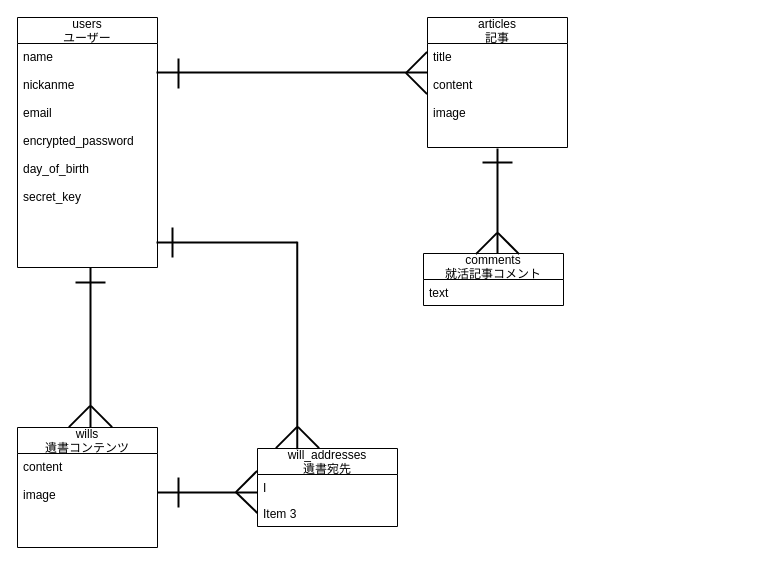
Above: will_app.dio in tatsuaki1234/will_app (draw.io), before the change. Source tidied: cells renumbered, new cells numbered last; positions are measured from the earlier drawing's top-left corner, leaving out a move shared by most shapes. Both pictures are drawn from the tidied source at 100%, with x=0, y=0 at pixel (9, 17).
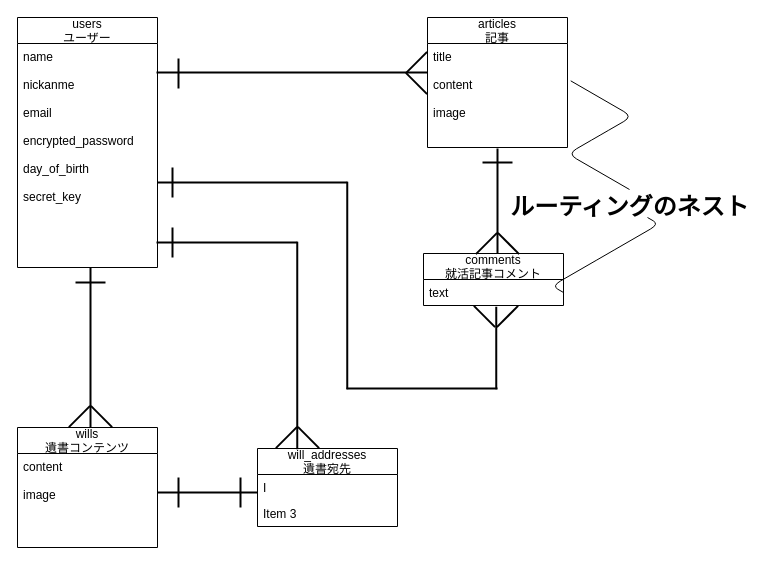
The same diagram, later.

Commit message:
ER図、READMEファイル記述(3)

The change refers to these unchanged cells:
```xml
<mxCell id="5" value="title&#10;&#10;content&#10;&#10;image&#10;" style="text;strokeColor=none;fillColor=none;align=left;verticalAlign=top;spacingLeft=4;spacingRight=4;overflow=hidden;points=[[0,0.5],[1,0.5]];portConstraint=eastwest;" parent="4" vertex="1">
  <mxGeometry y="26" width="140" height="104" as="geometry" />
</mxCell>
<mxCell id="12" value="text" style="text;strokeColor=none;fillColor=none;align=left;verticalAlign=top;spacingLeft=4;spacingRight=4;overflow=hidden;points=[[0,0.5],[1,0.5]];portConstraint=eastwest;" parent="11" vertex="1">
  <mxGeometry y="26" width="140" height="26" as="geometry" />
</mxCell>
```

What changed in the source:
```diff
@@
-    <mxCell id="24" style="line;strokeWidth=2;html=1;rotation=-45;" parent="1" vertex="1">
-      <mxGeometry x="222" y="459" width="30" height="10" as="geometry" />
-    </mxCell>
-    <mxCell id="25" style="line;strokeWidth=2;html=1;rotation=44;" parent="1" vertex="1">
-      <mxGeometry x="222" y="480" width="30" height="10" as="geometry" />
-    </mxCell>
@@
+    <mxCell id="34" style="line;strokeWidth=2;html=1;" parent="1" vertex="1">
+      <mxGeometry x="148" y="160" width="190" height="10" as="geometry" />
+    </mxCell>
+    <mxCell id="35" style="line;strokeWidth=2;html=1;rotation=90;" parent="1" vertex="1">
+      <mxGeometry x="234" y="264" width="207.5" height="8" as="geometry" />
+    </mxCell>
+    <mxCell id="36" style="line;strokeWidth=2;html=1;" parent="1" vertex="1">
+      <mxGeometry x="337" y="366" width="151" height="10" as="geometry" />
+    </mxCell>
+    <mxCell id="37" style="line;strokeWidth=2;html=1;rotation=90;" parent="1" vertex="1">
+      <mxGeometry x="445.5" y="326.5" width="82.5" height="8" as="geometry" />
+    </mxCell>
+    <mxCell id="38" style="line;strokeWidth=2;html=1;rotation=-45;" parent="1" vertex="1">
+      <mxGeometry x="483" y="294" width="30" height="10" as="geometry" />
+    </mxCell>
+    <mxCell id="39" style="line;strokeWidth=2;html=1;rotation=45;" parent="1" vertex="1">
+      <mxGeometry x="460" y="294" width="30" height="10" as="geometry" />
+    </mxCell>
+    <mxCell id="40" style="line;strokeWidth=2;html=1;rotation=90;" parent="1" vertex="1">
+      <mxGeometry x="148" y="160" width="30" height="10" as="geometry" />
+    </mxCell>
+    <mxCell id="41" value="ルーティングのネスト" style="text;strokeColor=none;fillColor=none;html=1;fontSize=24;fontStyle=1;verticalAlign=middle;align=center;" parent="1" vertex="1">
+      <mxGeometry x="585" y="172" width="70" height="35" as="geometry" />
+    </mxCell>
+    <mxCell id="42" style="edgeStyle=isometricEdgeStyle;endArrow=none;html=1;elbow=vertical;entryX=1.023;entryY=0.359;entryDx=0;entryDy=0;entryPerimeter=0;exitX=0.5;exitY=0;exitDx=0;exitDy=0;" parent="1" edge="1" source="41" target="5">
+      <mxGeometry relative="1" as="geometry" />
+    </mxCell>
+    <mxCell id="43" style="edgeStyle=isometricEdgeStyle;endArrow=none;html=1;elbow=vertical;entryX=1.023;entryY=0.359;entryDx=0;entryDy=0;entryPerimeter=0;exitX=1;exitY=0.5;exitDx=0;exitDy=0;" parent="1" edge="1" source="12">
+      <mxGeometry relative="1" as="geometry">
+        <mxPoint x="638" y="200" as="targetPoint" />
+      </mxGeometry>
+    </mxCell>
+    <mxCell id="44" style="line;strokeWidth=2;html=1;rotation=90;" parent="1" vertex="1">
+      <mxGeometry x="216" y="470" width="30" height="10" as="geometry" />
+    </mxCell>
```
